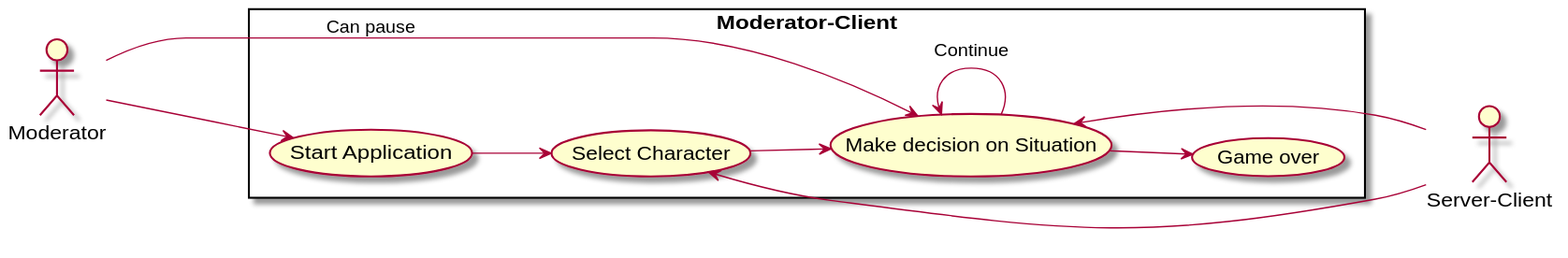
Before: Docs/Technical Specifications/docs/diagrams/Moderator_Client.svg, a diagram exported from PlantUML (Brotenko/QualityQuest).
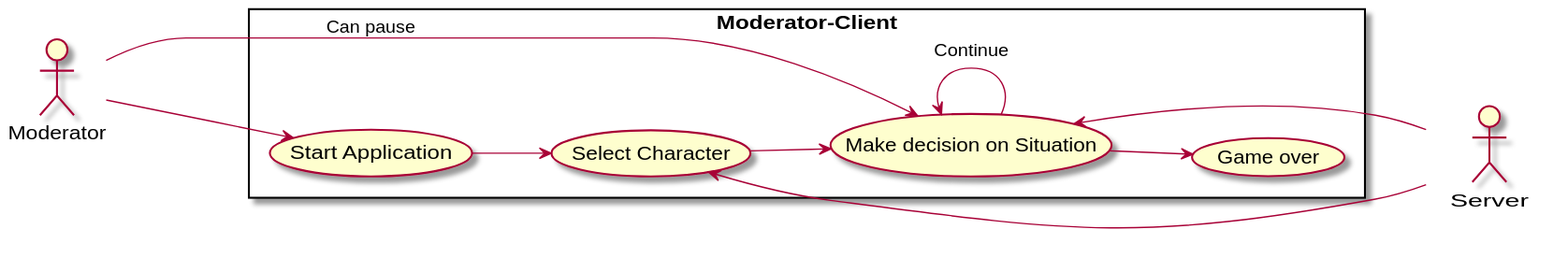
Above is the later version.

What changed in the source:
```diff
@@ -7,7 +7,7 @@
 usecase "Make decision on Situation" as MDOCS
 usecase "Game over" as GO
 }
-actor "Server-Client" as SC
+actor "Server" as SC
 actor "Moderator" as P
 
 SC -up--> CHAR
```
